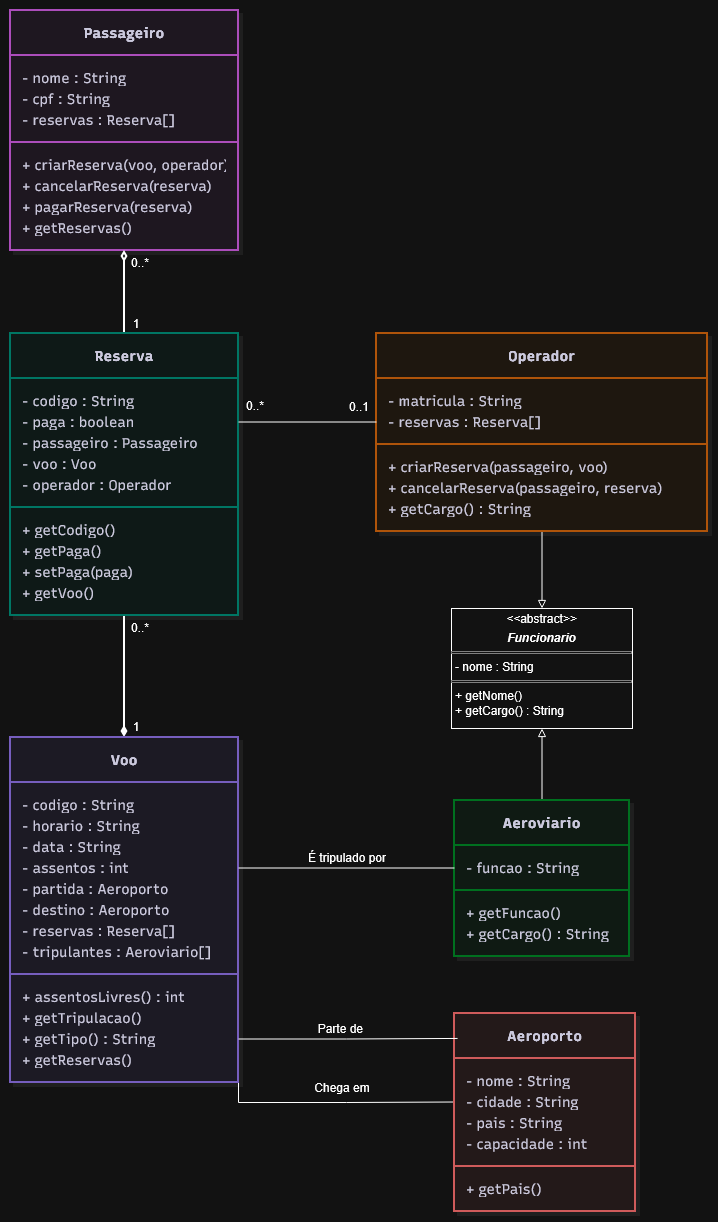
Before: UML/Diagrama EX03.png, a diagram exported from draw.io (IgorVadsOficial/POO). Source tidied: cells renumbered, new cells last; positions are measured from the earlier drawing's top-left corner, leaving out a move shared by most shapes.
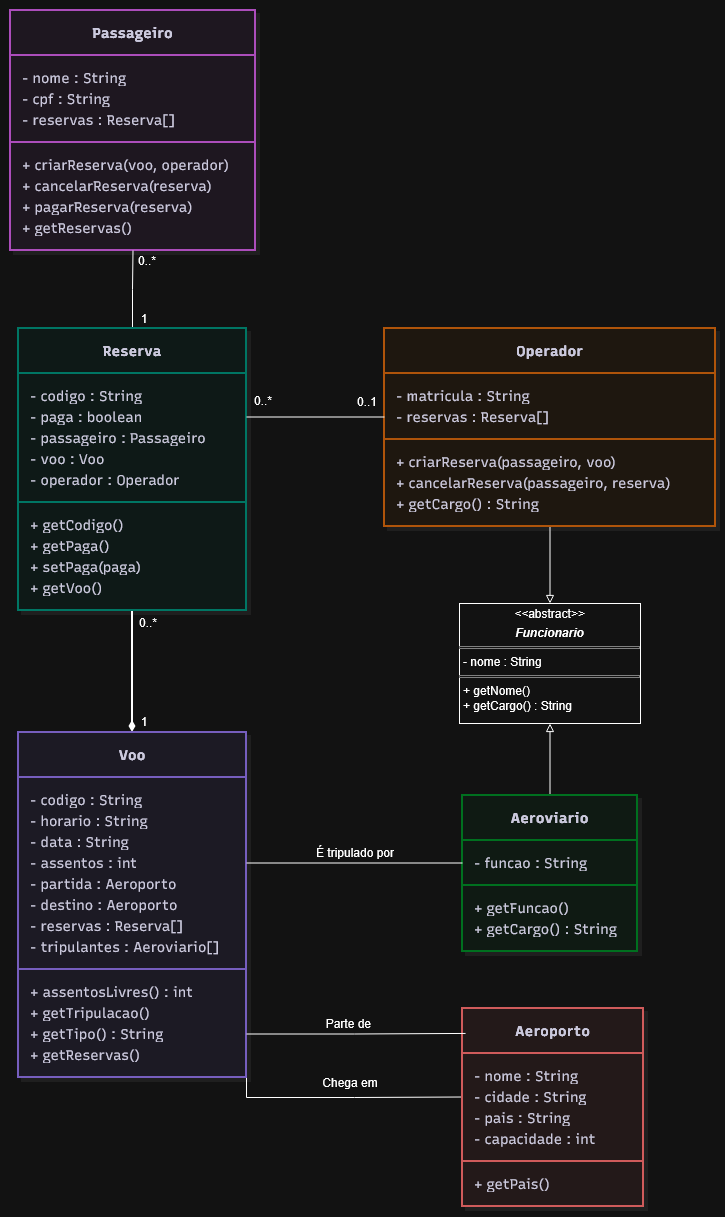
After the change.

What changed in the source:
```diff
@@ -6,36 +6,36 @@
       <mxGeometry x="280" y="242" as="geometry" />
     </mxCell>
     <mxCell id="3" value="&lt;b&gt;Passageiro&lt;/b&gt;" style="swimlane;html=1;fontStyle=1;fontSize=14;align=center;verticalAlign=middle;horizontal=1;startSize=45;swimlaneFillColor=#FDF4FF;whiteSpace=wrap;fillColor=#FDF4FF;strokeColor=#E879F9;fontColor=#28253D;fontFamily=Recursive;strokeWidth=2;shadow=1;shadowColor=#000000;shadowOffsetX=4;shadowOffsetY=4;shadowBlur=0;shadowOpacity=6;fontSource=https%3A%2F%2Ffonts.googleapis.com%2Fcss%3Ffamily%3DRecursive;" parent="2" vertex="1">
-      <mxGeometry x="-280" y="-242" width="228" height="240" as="geometry" />
+      <mxGeometry x="-288" y="-237" width="245" height="240" as="geometry" />
     </mxCell>
     <mxCell id="4" value="- nome : String" style="text;fontSize=14;strokeColor=none;fillColor=none;align=left;verticalAlign=middle;spacingLeft=10;spacingRight=12;spacingBottom=2;overflow=hidden;fontFamily=Recursive;fontColor=#28253D;fontSource=https%3A%2F%2Ffonts.googleapis.com%2Fcss%3Ffamily%3DRecursive;" parent="3" vertex="1">
-      <mxGeometry y="57" width="228" height="21" as="geometry" />
+      <mxGeometry y="57" width="245" height="21" as="geometry" />
     </mxCell>
     <mxCell id="5" value="- cpf : String" style="text;fontSize=14;strokeColor=none;fillColor=none;align=left;verticalAlign=middle;spacingLeft=10;spacingRight=12;spacingBottom=2;overflow=hidden;fontFamily=Recursive;fontColor=#28253D;fontSource=https%3A%2F%2Ffonts.googleapis.com%2Fcss%3Ffamily%3DRecursive;" parent="3" vertex="1">
-      <mxGeometry y="78" width="228" height="21" as="geometry" />
+      <mxGeometry y="78" width="245" height="21" as="geometry" />
     </mxCell>
     <mxCell id="6" value="- reservas : Reserva[]" style="text;fontSize=14;strokeColor=none;fillColor=none;align=left;verticalAlign=middle;spacingLeft=10;spacingRight=12;spacingBottom=2;overflow=hidden;fontFamily=Recursive;fontColor=#28253D;fontSource=https%3A%2F%2Ffonts.googleapis.com%2Fcss%3Ffamily%3DRecursive;" parent="3" vertex="1">
-      <mxGeometry y="99" width="228" height="21" as="geometry" />
+      <mxGeometry y="99" width="245" height="21" as="geometry" />
     </mxCell>
     <mxCell id="7" style="line;strokeWidth=2;fillColor=none;spacingLeft=3;spacingRight=3;strokeColor=inherit;" parent="3" vertex="1">
-      <mxGeometry y="120" width="228" height="24" as="geometry" />
+      <mxGeometry y="120" width="245" height="24" as="geometry" />
     </mxCell>
     <mxCell id="8" value="+ criarReserva(voo, operador)" style="text;fontSize=14;strokeColor=none;fillColor=none;align=left;verticalAlign=middle;spacingLeft=10;spacingRight=12;spacingBottom=2;overflow=hidden;fontFamily=Recursive;fontColor=#28253D;fontSource=https%3A%2F%2Ffonts.googleapis.com%2Fcss%3Ffamily%3DRecursive;" parent="3" vertex="1">
-      <mxGeometry y="144" width="228" height="21" as="geometry" />
+      <mxGeometry y="144" width="245" height="21" as="geometry" />
     </mxCell>
     <mxCell id="9" value="+ cancelarReserva(reserva)" style="text;fontSize=14;strokeColor=none;fillColor=none;align=left;verticalAlign=middle;spacingLeft=10;spacingRight=12;spacingBottom=2;overflow=hidden;fontFamily=Recursive;fontColor=#28253D;fontSource=https%3A%2F%2Ffonts.googleapis.com%2Fcss%3Ffamily%3DRecursive;" parent="3" vertex="1">
-      <mxGeometry y="165" width="228" height="21" as="geometry" />
+      <mxGeometry y="165" width="245" height="21" as="geometry" />
     </mxCell>
     <mxCell id="10" value="+ pagarReserva(reserva)" style="text;fontSize=14;strokeColor=none;fillColor=none;align=left;verticalAlign=middle;spacingLeft=10;spacingRight=12;spacingBottom=2;overflow=hidden;fontFamily=Recursive;fontColor=#28253D;fontSource=https%3A%2F%2Ffonts.googleapis.com%2Fcss%3Ffamily%3DRecursive;" parent="3" vertex="1">
-      <mxGeometry y="186" width="228" height="21" as="geometry" />
+      <mxGeometry y="186" width="245" height="21" as="geometry" />
     </mxCell>
     <mxCell id="11" value="+ getReservas()" style="text;fontSize=14;strokeColor=none;fillColor=none;align=left;verticalAlign=middle;spacingLeft=10;spacingRight=12;spacingBottom=2;overflow=hidden;fontFamily=Recursive;fontColor=#28253D;fontSource=https%3A%2F%2Ffonts.googleapis.com%2Fcss%3Ffamily%3DRecursive;" parent="3" vertex="1">
-      <mxGeometry y="207" width="228" height="21" as="geometry" />
+      <mxGeometry y="207" width="245" height="21" as="geometry" />
     </mxCell>
     <mxCell id="12" style="edgeStyle=orthogonalEdgeStyle;rounded=0;jettySize=auto;html=1;exitX=0.5;exitY=1;exitDx=0;exitDy=0;entryX=0.5;entryY=0;entryDx=0;entryDy=0;defaultLabelBackgroundColor=page;labelPadding=0 4;endArrow=diamondThin;endFill=1;fontSize=14;flowAnimation=0;strokeWidth=2;" parent="2" edge="1" source="14" target="40">
       <mxGeometry relative="1" as="geometry" />
     </mxCell>
-    <mxCell id="13" style="edgeStyle=orthogonalEdgeStyle;rounded=0;jettySize=auto;html=1;exitX=0.5;exitY=0;exitDx=0;exitDy=0;entryX=0.5;entryY=1;entryDx=0;entryDy=0;defaultLabelBackgroundColor=page;labelPadding=0 4;strokeWidth=2;endArrow=diamondThin;endFill=0;" parent="2" edge="1" source="14" target="3">
+    <mxCell id="13" style="edgeStyle=orthogonalEdgeStyle;rounded=0;jettySize=auto;html=1;exitX=0.5;exitY=0;exitDx=0;exitDy=0;entryX=0.5;entryY=1;entryDx=0;entryDy=0;defaultLabelBackgroundColor=page;labelPadding=0 4;endArrow=none;endFill=0;" parent="2" edge="1" source="14" target="3">
       <mxGeometry relative="1" as="geometry" />
     </mxCell>
     <mxCell id="14" value="&lt;b&gt;Reserva&lt;/b&gt;" style="swimlane;html=1;fontStyle=1;fontSize=14;align=center;verticalAlign=middle;horizontal=1;startSize=45;swimlaneFillColor=#F0FDFA;whiteSpace=wrap;fillColor=#F0FDFA;strokeColor=#2DD4BF;fontColor=#28253D;fontFamily=Recursive;strokeWidth=2;shadow=1;shadowColor=#000000;shadowOffsetX=4;shadowOffsetY=4;shadowBlur=0;shadowOpacity=6;fontSource=https%3A%2F%2Ffonts.googleapis.com%2Fcss%3Ffamily%3DRecursive;" parent="2" vertex="1">
@@ -204,7 +204,7 @@
       <mxGeometry x="-164" y="469" width="20" height="10" as="geometry" />
     </mxCell>
     <mxCell id="69" value="0..*" style="text;html=1;whiteSpace=wrap;strokeColor=none;fillColor=none;align=center;verticalAlign=middle;rounded=0;" parent="2" vertex="1">
-      <mxGeometry x="-160" y="5" width="20" height="10" as="geometry" />
+      <mxGeometry x="-161" y="8" width="20" height="10" as="geometry" />
     </mxCell>
     <mxCell id="70" value="&lt;div&gt;1&lt;/div&gt;" style="text;html=1;whiteSpace=wrap;strokeColor=none;fillColor=none;align=center;verticalAlign=middle;rounded=0;" parent="2" vertex="1">
       <mxGeometry x="-164" y="66" width="20" height="10" as="geometry" />
```
